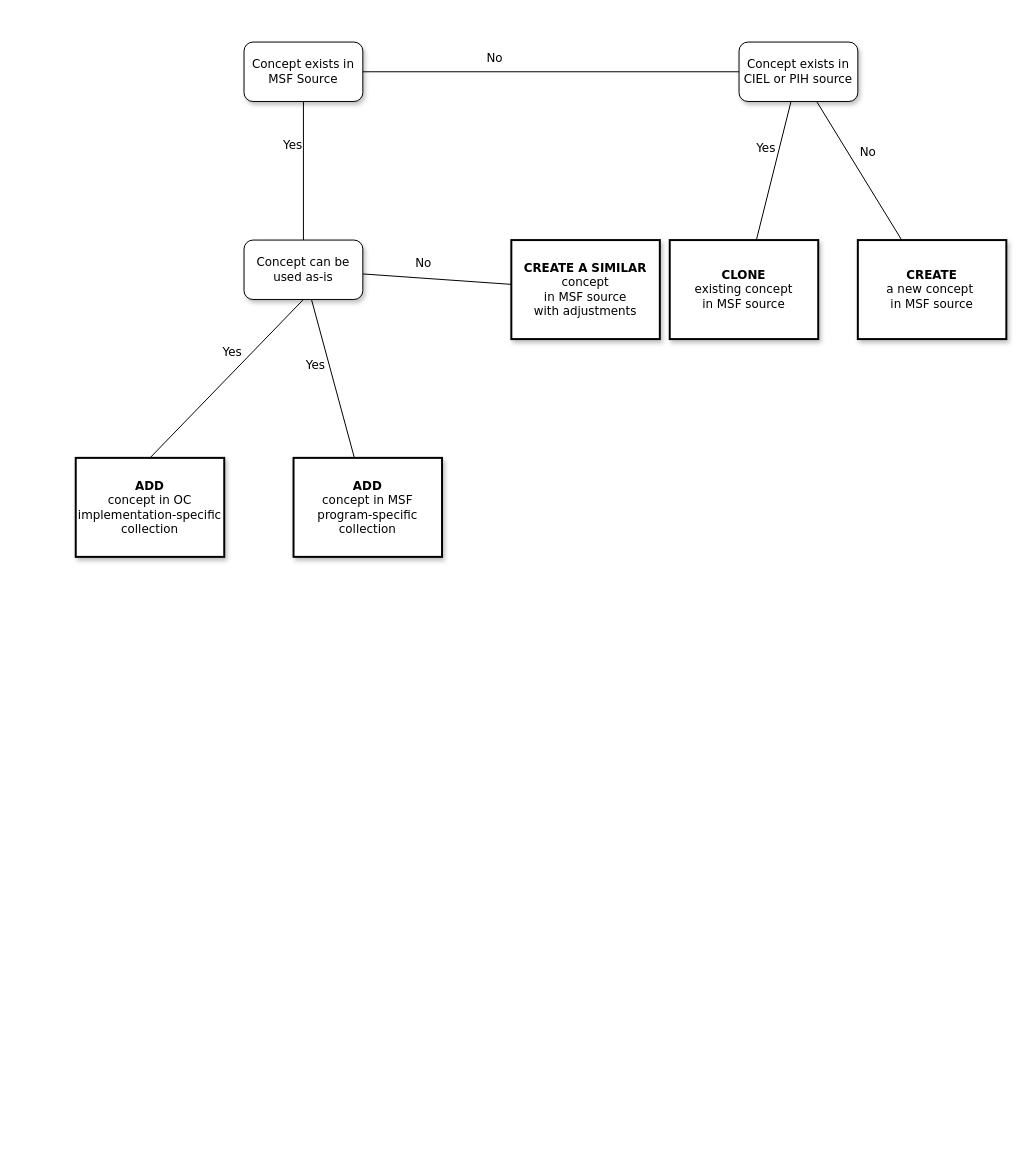
Earlier version of the draw.io diagram Content Management in OCL.drawio (michaelbontyes/diagrams). Source tidied: cells renumbered, new cells numbered last; positions are measured from the earlier drawing's top-left corner, leaving out a move shared by most shapes. Both pictures are drawn from the tidied source at 99%, with x=0, y=0 at pixel (75, 42).
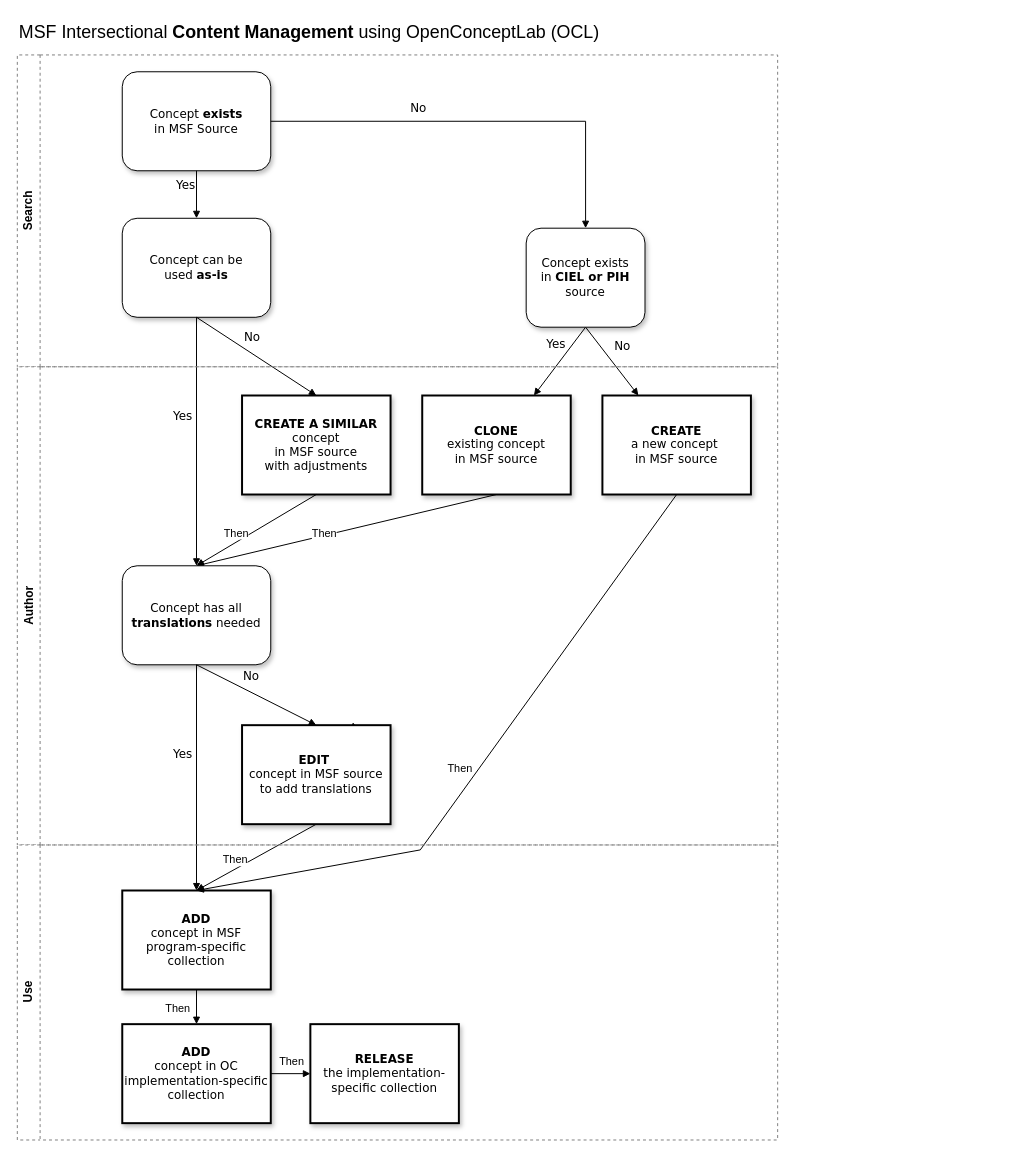
Above is the later version.

Diff of the diagram source:
```diff
@@
-    <mxCell id="2" value="Concept exists in MSF Source" style="whiteSpace=wrap;html=1;rounded=1;shadow=1;labelBackgroundColor=none;strokeWidth=1;fontFamily=Verdana;fontSize=12;align=center;" parent="1" vertex="1">
-      <mxGeometry x="170" width="120" height="60" as="geometry" />
+    <mxCell id="2" value="Concept &lt;b&gt;exists&lt;/b&gt; &lt;br&gt;in MSF Source" style="whiteSpace=wrap;html=1;rounded=1;shadow=1;labelBackgroundColor=none;strokeWidth=1;fontFamily=Verdana;fontSize=12;align=center;" parent="1" vertex="1">
+      <mxGeometry x="47" y="30" width="150" height="100" as="geometry" />
     </mxCell>
-    <mxCell id="3" value="&lt;span&gt;Concept can be used as-is&lt;/span&gt;" style="whiteSpace=wrap;html=1;rounded=1;shadow=1;labelBackgroundColor=none;strokeWidth=1;fontFamily=Verdana;fontSize=12;align=center;" parent="1" vertex="1">
-      <mxGeometry x="170" y="200" width="120" height="60" as="geometry" />
+    <mxCell id="3" value="Concept can be &lt;br&gt;used &lt;b&gt;as-is&lt;/b&gt;" style="whiteSpace=wrap;html=1;rounded=1;shadow=1;labelBackgroundColor=none;strokeWidth=1;fontFamily=Verdana;fontSize=12;align=center;" parent="1" vertex="1">
+      <mxGeometry x="47" y="178" width="150" height="100" as="geometry" />
     </mxCell>
-    <mxCell id="4" value="&lt;span&gt;Concept exists in CIEL or PIH source&lt;/span&gt;" style="whiteSpace=wrap;html=1;rounded=1;shadow=1;labelBackgroundColor=none;strokeWidth=1;fontFamily=Verdana;fontSize=12;align=center;" parent="1" vertex="1">
-      <mxGeometry x="670" width="120" height="60" as="geometry" />
-    </mxCell>
-    <mxCell id="5" value="No" style="rounded=0;html=1;labelBackgroundColor=none;startArrow=none;startFill=0;startSize=5;endArrow=none;endFill=0;endSize=5;jettySize=auto;strokeWidth=1;fontFamily=Verdana;fontSize=12;" parent="1" edge="1" source="2" target="4">
-      <mxGeometry x="-0.3" y="13" relative="1" as="geometry" />
+    <mxCell id="5" value="No" style="rounded=0;html=1;labelBackgroundColor=none;startArrow=none;startFill=0;startSize=5;endArrow=block;endFill=1;endSize=5;jettySize=auto;strokeWidth=1;fontFamily=Verdana;fontSize=12;" parent="1" edge="1" source="2" target="4">
+      <mxGeometry x="-0.3" y="13" relative="1" as="geometry">
+        <Array as="points">
+          <mxPoint x="515" y="80" />
+        </Array>
+      </mxGeometry>
     </mxCell>
-    <mxCell id="6" value="Yes" style="rounded=0;html=1;labelBackgroundColor=none;startArrow=none;startFill=0;startSize=5;endArrow=none;endFill=0;endSize=5;jettySize=auto;strokeWidth=1;fontFamily=Verdana;fontSize=12;" parent="1" edge="1" source="2" target="3">
+    <mxCell id="6" value="Yes" style="rounded=0;html=1;labelBackgroundColor=none;startArrow=none;startFill=0;startSize=5;endArrow=block;endFill=1;endSize=5;jettySize=auto;strokeWidth=1;fontFamily=Verdana;fontSize=12;" parent="1" edge="1" source="2" target="3">
       <mxGeometry x="-0.36" y="-11" relative="1" as="geometry" />
     </mxCell>
-    <mxCell id="7" value="&lt;b&gt;ADD&lt;/b&gt; &lt;br&gt;concept in MSF program-specific collection" style="whiteSpace=wrap;html=1;rounded=0;shadow=1;labelBackgroundColor=none;strokeWidth=2;fontFamily=Verdana;fontSize=12;align=center;" parent="1" vertex="1">
-      <mxGeometry x="220" y="420" width="150" height="100" as="geometry" />
+    <mxCell id="7" value="&lt;b&gt;ADD&lt;/b&gt; &lt;br&gt;concept&amp;nbsp;in OC&lt;br&gt;implementation-specific collection" style="whiteSpace=wrap;html=1;rounded=0;shadow=1;labelBackgroundColor=none;strokeWidth=2;fontFamily=Verdana;fontSize=12;align=center;" parent="1" vertex="1">
+      <mxGeometry x="47" y="992" width="150" height="100" as="geometry" />
     </mxCell>
     <mxCell id="8" value="&lt;b&gt;CREATE A&lt;/b&gt; &lt;b&gt;SIMILAR&lt;/b&gt; concept &lt;br&gt;in MSF source &lt;br&gt;with adjustments" style="whiteSpace=wrap;html=1;rounded=0;shadow=1;labelBackgroundColor=none;strokeWidth=2;fontFamily=Verdana;fontSize=12;align=center;" parent="1" vertex="1">
-      <mxGeometry x="440" y="200" width="150" height="100" as="geometry" />
+      <mxGeometry x="168" y="357" width="150" height="100" as="geometry" />
     </mxCell>
     <mxCell id="9" value="&lt;b&gt;CLONE&lt;/b&gt; &lt;br&gt;existing concept &lt;br&gt;in MSF source" style="whiteSpace=wrap;html=1;rounded=0;shadow=1;labelBackgroundColor=none;strokeWidth=2;fontFamily=Verdana;fontSize=12;align=center;" parent="1" vertex="1">
-      <mxGeometry x="600" y="200" width="150" height="100" as="geometry" />
+      <mxGeometry x="350" y="357" width="150" height="100" as="geometry" />
     </mxCell>
     <mxCell id="10" value="&lt;b&gt;CREATE&lt;/b&gt; &lt;br&gt;a new concept&amp;nbsp;&lt;div&gt;in MSF source&lt;/div&gt;" style="whiteSpace=wrap;html=1;rounded=0;shadow=1;labelBackgroundColor=none;strokeWidth=2;fontFamily=Verdana;fontSize=12;align=center;" parent="1" vertex="1">
-      <mxGeometry x="790" y="200" width="150" height="100" as="geometry" />
+      <mxGeometry x="532" y="357" width="150" height="100" as="geometry" />
     </mxCell>
-    <mxCell id="11" value="Yes" style="rounded=0;html=1;labelBackgroundColor=none;startArrow=none;startFill=0;startSize=5;endArrow=none;endFill=0;endSize=5;jettySize=auto;strokeWidth=1;fontFamily=Verdana;fontSize=12;" parent="1" edge="1" source="3" target="7">
-      <mxGeometry x="-0.2" y="-14" relative="1" as="geometry" />
-    </mxCell>
-    <mxCell id="12" value="No" style="rounded=0;html=1;labelBackgroundColor=none;startArrow=none;startFill=0;startSize=5;endArrow=none;endFill=0;endSize=5;jettySize=auto;strokeWidth=1;fontFamily=Verdana;fontSize=12;" parent="1" edge="1" source="3" target="8">
+    <mxCell id="12" value="No" style="rounded=0;html=1;labelBackgroundColor=none;startArrow=none;startFill=0;startSize=5;endArrow=block;endFill=1;endSize=5;jettySize=auto;strokeWidth=1;fontFamily=Verdana;fontSize=12;entryX=0.5;entryY=0;entryDx=0;entryDy=0;exitX=0.5;exitY=1;exitDx=0;exitDy=0;" parent="1" edge="1" source="3" target="8">
       <mxGeometry x="-0.2" y="14" relative="1" as="geometry" />
     </mxCell>
-    <mxCell id="13" value="Yes" style="rounded=0;html=1;labelBackgroundColor=none;startArrow=none;startFill=0;startSize=5;endArrow=none;endFill=0;endSize=5;jettySize=auto;strokeWidth=1;fontFamily=Verdana;fontSize=12;" parent="1" edge="1" source="4" target="9">
+    <mxCell id="13" value="Yes" style="rounded=0;html=1;labelBackgroundColor=none;startArrow=none;startFill=0;startSize=5;endArrow=block;endFill=1;endSize=5;jettySize=auto;strokeWidth=1;fontFamily=Verdana;fontSize=12;exitX=0.5;exitY=1;exitDx=0;exitDy=0;" parent="1" edge="1" source="4" target="9">
       <mxGeometry x="-0.26" y="-13" relative="1" as="geometry" />
     </mxCell>
-    <mxCell id="14" value="No" style="rounded=0;html=1;labelBackgroundColor=none;startArrow=none;startFill=0;startSize=5;endArrow=none;endFill=0;endSize=5;jettySize=auto;strokeWidth=1;fontFamily=Verdana;fontSize=12;" parent="1" edge="1" source="4" target="10">
+    <mxCell id="14" value="No" style="rounded=0;html=1;labelBackgroundColor=none;startArrow=none;startFill=0;startSize=5;endArrow=block;endFill=1;endSize=5;jettySize=auto;strokeWidth=1;fontFamily=Verdana;fontSize=12;exitX=0.5;exitY=1;exitDx=0;exitDy=0;" parent="1" edge="1" source="4" target="10">
       <mxGeometry x="-0.13" y="17" relative="1" as="geometry" />
     </mxCell>
-    <mxCell id="15" value="&lt;b&gt;ADD&lt;/b&gt; &lt;br&gt;concept&amp;nbsp;in OC &lt;br&gt;implementation-specific collection" style="whiteSpace=wrap;html=1;rounded=0;shadow=1;labelBackgroundColor=none;strokeWidth=2;fontFamily=Verdana;fontSize=12;align=center;" parent="1" vertex="1">
-      <mxGeometry y="420" width="150" height="100" as="geometry" />
+    <mxCell id="15" value="&lt;b&gt;ADD&lt;/b&gt;&lt;div&gt; concept in MSF program-specific collection&lt;br&gt;&lt;/div&gt;" style="whiteSpace=wrap;html=1;rounded=0;shadow=1;labelBackgroundColor=none;strokeWidth=2;fontFamily=Verdana;fontSize=12;align=center;" parent="1" vertex="1">
+      <mxGeometry x="47" y="857" width="150" height="100" as="geometry" />
     </mxCell>
-    <mxCell id="16" value="Yes" style="rounded=0;html=1;labelBackgroundColor=none;startArrow=none;startFill=0;startSize=5;endArrow=none;endFill=0;endSize=5;jettySize=auto;strokeWidth=1;fontFamily=Verdana;fontSize=12;entryX=0.5;entryY=0;entryDx=0;entryDy=0;exitX=0.5;exitY=1;exitDx=0;exitDy=0;" parent="1" edge="1" source="3" target="15">
+    <mxCell id="16" value="Yes" style="rounded=0;html=1;labelBackgroundColor=none;startArrow=none;startFill=0;startSize=5;endArrow=block;endFill=1;endSize=5;jettySize=auto;strokeWidth=1;fontFamily=Verdana;fontSize=12;entryX=0.5;entryY=0;entryDx=0;entryDy=0;exitX=0.5;exitY=1;exitDx=0;exitDy=0;" parent="1" edge="1" source="3" target="26">
       <mxGeometry x="-0.2" y="-14" relative="1" as="geometry" />
     </mxCell>
+    <mxCell id="17" style="rounded=0;html=1;labelBackgroundColor=none;startArrow=none;startFill=0;startSize=5;endArrow=block;endFill=1;endSize=5;jettySize=auto;strokeWidth=1;fontFamily=Verdana;fontSize=12;entryX=0.5;entryY=0;entryDx=0;entryDy=0;exitX=0.5;exitY=1;exitDx=0;exitDy=0;" parent="1" edge="1" source="15" target="7">
+      <mxGeometry x="-0.2" y="-14" relative="1" as="geometry" />
+    </mxCell>
+    <mxCell id="18" value="Then" style="edgeLabel;html=1;align=center;verticalAlign=middle;" parent="17" vertex="1">
+      <mxGeometry x="0.01" y="2" relative="1" as="geometry">
+        <mxPoint x="-22" as="offset" />
+      </mxGeometry>
+    </mxCell>
+    <mxCell id="19" style="rounded=0;html=1;labelBackgroundColor=none;startArrow=none;startFill=0;startSize=5;endArrow=block;endFill=1;endSize=5;jettySize=auto;strokeWidth=1;fontFamily=Verdana;fontSize=12;entryX=0.5;entryY=0;entryDx=0;entryDy=0;exitX=0.5;exitY=1;exitDx=0;exitDy=0;" parent="1" edge="1" source="8" target="26">
+      <mxGeometry x="-0.2" y="-14" relative="1" as="geometry" />
+    </mxCell>
+    <mxCell id="20" value="Then" style="edgeLabel;html=1;align=center;verticalAlign=middle;" parent="19" vertex="1">
+      <mxGeometry x="0.01" y="2" relative="1" as="geometry">
+        <mxPoint x="-22" as="offset" />
+      </mxGeometry>
+    </mxCell>
+    <mxCell id="21" style="rounded=0;html=1;labelBackgroundColor=none;startArrow=none;startFill=0;startSize=5;endArrow=block;endFill=1;endSize=5;jettySize=auto;strokeWidth=1;fontFamily=Verdana;fontSize=12;entryX=0.5;entryY=0;entryDx=0;entryDy=0;exitX=0.5;exitY=1;exitDx=0;exitDy=0;" parent="1" edge="1" source="9" target="26">
+      <mxGeometry x="-0.2" y="-14" relative="1" as="geometry" />
+    </mxCell>
+    <mxCell id="22" value="Then" style="edgeLabel;html=1;align=center;verticalAlign=middle;" parent="21" vertex="1">
+      <mxGeometry x="0.01" y="2" relative="1" as="geometry">
+        <mxPoint x="-22" as="offset" />
+      </mxGeometry>
+    </mxCell>
+    <mxCell id="23" style="rounded=0;html=1;labelBackgroundColor=none;startArrow=none;startFill=0;startSize=5;endArrow=block;endFill=1;endSize=5;jettySize=auto;strokeWidth=1;fontFamily=Verdana;fontSize=12;exitX=0.5;exitY=1;exitDx=0;exitDy=0;entryX=0.5;entryY=0;entryDx=0;entryDy=0;" parent="1" edge="1" source="10" target="15">
+      <mxGeometry x="-0.2" y="-14" relative="1" as="geometry">
+        <Array as="points">
+          <mxPoint x="348" y="816" />
+        </Array>
+      </mxGeometry>
+    </mxCell>
+    <mxCell id="24" value="Then" style="edgeLabel;html=1;align=center;verticalAlign=middle;" parent="23" vertex="1">
+      <mxGeometry x="0.01" y="2" relative="1" as="geometry">
+        <mxPoint x="-22" as="offset" />
+      </mxGeometry>
+    </mxCell>
+    <mxCell id="25" style="edgeStyle=orthogonalEdgeStyle;rounded=0;jettySize=auto;html=1;exitX=0.75;exitY=0;exitDx=0;exitDy=0;" parent="1" edge="1" source="32">
+      <mxGeometry relative="1" as="geometry">
+        <mxPoint x="280" y="687" as="targetPoint" />
+      </mxGeometry>
+    </mxCell>
+    <mxCell id="26" value="Concept has all &lt;b&gt;translations&lt;/b&gt; needed" style="whiteSpace=wrap;html=1;rounded=1;shadow=1;labelBackgroundColor=none;strokeWidth=1;fontFamily=Verdana;fontSize=12;align=center;" parent="1" vertex="1">
+      <mxGeometry x="47" y="529" width="150" height="100" as="geometry" />
+    </mxCell>
+    <mxCell id="27" value="No" style="rounded=0;html=1;labelBackgroundColor=none;startArrow=none;startFill=0;startSize=5;endArrow=block;endFill=1;endSize=5;jettySize=auto;strokeWidth=1;fontFamily=Verdana;fontSize=12;entryX=0.5;entryY=0;entryDx=0;entryDy=0;exitX=0.5;exitY=1;exitDx=0;exitDy=0;" parent="1" edge="1" source="26" target="32">
+      <mxGeometry x="-0.2" y="14" relative="1" as="geometry" />
+    </mxCell>
+    <mxCell id="11" value="Yes" style="rounded=0;html=1;labelBackgroundColor=none;startArrow=none;startFill=0;startSize=5;endArrow=block;endFill=1;endSize=5;jettySize=auto;strokeWidth=1;fontFamily=Verdana;fontSize=12;entryX=0.5;entryY=0;entryDx=0;entryDy=0;exitX=0.5;exitY=1;exitDx=0;exitDy=0;" parent="1" edge="1" source="26" target="15">
+      <mxGeometry x="-0.2" y="-14" relative="1" as="geometry" />
+    </mxCell>
+    <mxCell id="28" style="rounded=0;html=1;labelBackgroundColor=none;startArrow=none;startFill=0;startSize=5;endArrow=block;endFill=1;endSize=5;jettySize=auto;strokeWidth=1;fontFamily=Verdana;fontSize=12;entryX=0.5;entryY=0;entryDx=0;entryDy=0;exitX=0.5;exitY=1;exitDx=0;exitDy=0;" parent="1" edge="1" source="32" target="15">
+      <mxGeometry x="-0.2" y="-14" relative="1" as="geometry" />
+    </mxCell>
+    <mxCell id="29" value="Then" style="edgeLabel;html=1;align=center;verticalAlign=middle;" parent="28" vertex="1">
+      <mxGeometry x="0.01" y="2" relative="1" as="geometry">
+        <mxPoint x="-22" as="offset" />
+      </mxGeometry>
+    </mxCell>
+    <mxCell id="30" value="Search" style="swimlane;horizontal=0;whiteSpace=wrap;html=1;strokeWidth=1;dashed=1;strokeColor=#808080;" parent="1" vertex="1">
+      <mxGeometry x="-59" y="13" width="768" height="315" as="geometry" />
+    </mxCell>
+    <mxCell id="4" value="Concept exists &lt;br&gt;in &lt;b&gt;CIEL or PIH&lt;/b&gt; source" style="whiteSpace=wrap;html=1;rounded=1;shadow=1;labelBackgroundColor=none;strokeWidth=1;fontFamily=Verdana;fontSize=12;align=center;" parent="30" vertex="1">
+      <mxGeometry x="514" y="175" width="120" height="100" as="geometry" />
+    </mxCell>
+    <mxCell id="31" value="Author" style="swimlane;horizontal=0;whiteSpace=wrap;html=1;strokeWidth=1;dashed=1;strokeColor=#808080;" parent="1" vertex="1">
+      <mxGeometry x="-59" y="328" width="768" height="483" as="geometry" />
+    </mxCell>
+    <mxCell id="32" value="&lt;b&gt;EDIT&amp;nbsp;&lt;/b&gt;&lt;br&gt;concept in MSF source to add translations" style="whiteSpace=wrap;html=1;rounded=0;shadow=1;labelBackgroundColor=none;strokeWidth=2;fontFamily=Verdana;fontSize=12;align=center;" parent="31" vertex="1">
+      <mxGeometry x="227" y="362" width="150" height="100" as="geometry" />
+    </mxCell>
+    <mxCell id="33" value="Use" style="swimlane;horizontal=0;whiteSpace=wrap;html=1;strokeWidth=1;dashed=1;strokeColor=#808080;" parent="1" vertex="1">
+      <mxGeometry x="-59" y="811" width="768" height="298" as="geometry" />
+    </mxCell>
+    <mxCell id="34" value="&lt;b&gt;RELEASE&lt;/b&gt;&lt;br&gt;the implementation-specific collection" style="whiteSpace=wrap;html=1;rounded=0;shadow=1;labelBackgroundColor=none;strokeWidth=2;fontFamily=Verdana;fontSize=12;align=center;" parent="33" vertex="1">
+      <mxGeometry x="296" y="181" width="150" height="100" as="geometry" />
+    </mxCell>
+    <mxCell id="35" style="rounded=0;html=1;labelBackgroundColor=none;startArrow=none;startFill=0;startSize=5;endArrow=block;endFill=1;endSize=5;jettySize=auto;strokeWidth=1;fontFamily=Verdana;fontSize=12;entryX=0;entryY=0.5;entryDx=0;entryDy=0;exitX=1;exitY=0.5;exitDx=0;exitDy=0;" parent="1" edge="1" source="7" target="34">
+      <mxGeometry x="-0.2" y="-14" relative="1" as="geometry" />
+    </mxCell>
+    <mxCell id="36" value="Then" style="edgeLabel;html=1;align=center;verticalAlign=middle;" parent="35" vertex="1">
+      <mxGeometry x="0.01" y="2" relative="1" as="geometry">
+        <mxPoint y="-11" as="offset" />
+      </mxGeometry>
+    </mxCell>
+    <mxCell id="37" value="&lt;font style=&quot;font-size: 18px;&quot;&gt;MSF Intersectional &lt;b&gt;Content Management&lt;/b&gt; using OpenConceptLab (OCL)&lt;/font&gt;" style="text;html=1;align=left;verticalAlign=middle;whiteSpace=wrap;rounded=0;" parent="1" vertex="1">
+      <mxGeometry x="-59" y="-25" width="758" height="30" as="geometry" />
+    </mxCell>
```
